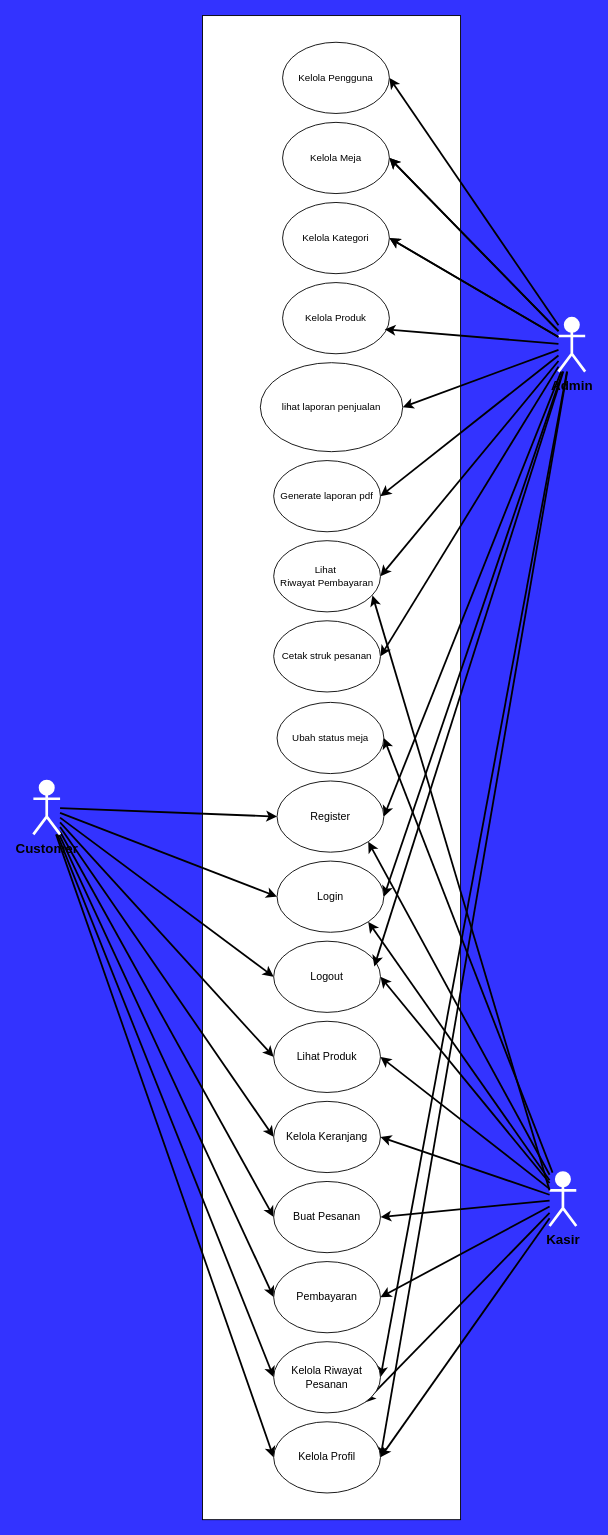
This is assets/uml/use-case.drawio from RIOKOWI/warmindo_purnama_flutter, a draw.io file, before an edit. Source tidied: cells renumbered, new cells numbered last; positions are measured from the earlier drawing's top-left corner, leaving out a move shared by most shapes. Both pictures are drawn from the tidied source at 89%, with x=0, y=0 at pixel (33, 15).
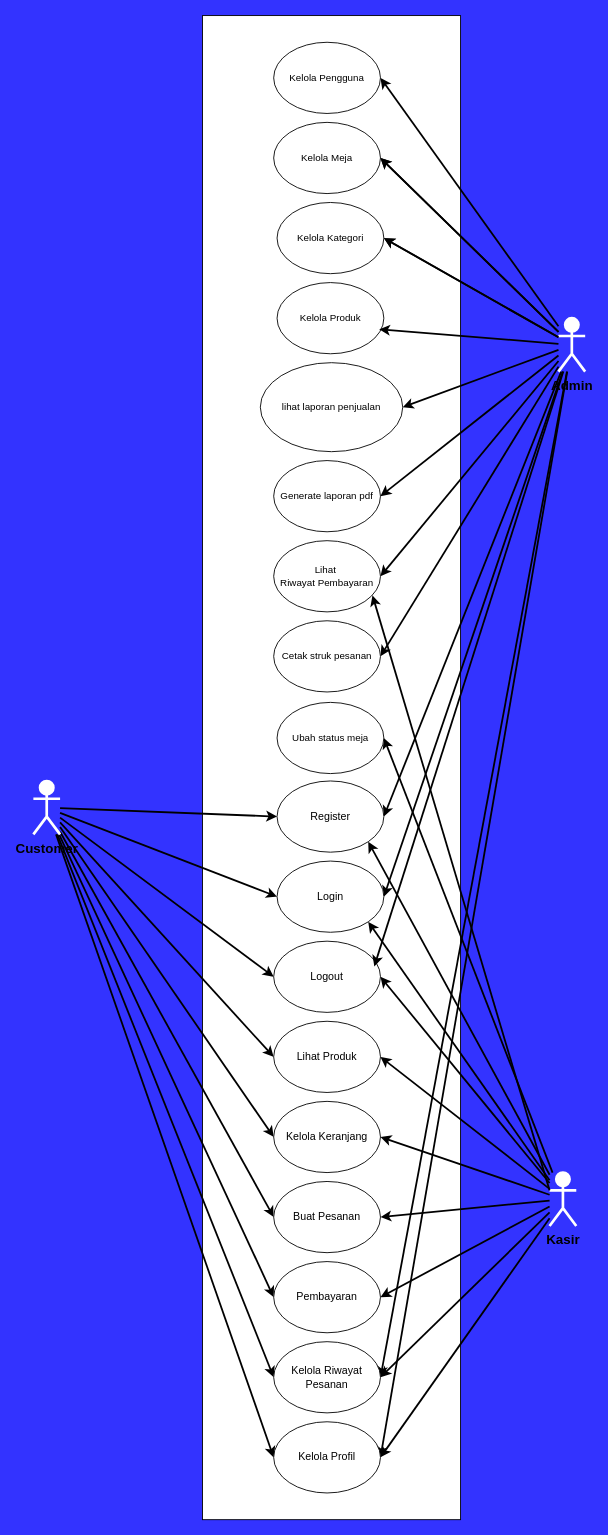
The same page after the edit.

Commit message (it also covers changes not shown here):
docs(uml): create activity diagram history order

Unchanged cells that the change refers to:
```xml
<mxCell id="35" value="&lt;font style=&quot;font-size: 15px;&quot;&gt;&lt;b&gt;Kasir&lt;/b&gt;&lt;/font&gt;" style="shape=umlActor;verticalLabelPosition=bottom;verticalAlign=top;html=1;outlineConnect=0;strokeWidth=3;strokeColor=light-dark(#FFFFFF,#FFFFFF);" parent="1" vertex="1">
  <mxGeometry x="580" y="1300" width="30" height="60" as="geometry" />
</mxCell>
<mxCell id="55" value="Kelola Riwayat Pesanan" style="ellipse;whiteSpace=wrap;html=1;" parent="1" vertex="1">
  <mxGeometry x="270" y="1490" width="120" height="80" as="geometry" />
</mxCell>
```

Change to the diagram source:
```diff
@@
-    <mxCell id="31" style="shape=connector;rounded=1;html=1;entryX=1;entryY=1;entryDx=0;entryDy=0;strokeColor=default;strokeWidth=2;align=center;verticalAlign=middle;fontFamily=Helvetica;fontSize=11;fontColor=default;labelBackgroundColor=default;endArrow=classic;" parent="1" edge="1" source="35" target="55">
+    <mxCell id="31" style="shape=connector;rounded=1;html=1;entryX=1;entryY=0.5;entryDx=0;entryDy=0;strokeColor=default;strokeWidth=2;align=center;verticalAlign=middle;fontFamily=Helvetica;fontSize=11;fontColor=default;labelBackgroundColor=default;endArrow=classic;" parent="1" edge="1" source="35" target="55">
       <mxGeometry relative="1" as="geometry" />
     </mxCell>
@@
     <mxCell id="36" value="Kelola Produk" style="ellipse;whiteSpace=wrap;html=1;fontFamily=Helvetica;fontSize=11;fontColor=default;labelBackgroundColor=default;" parent="1" vertex="1">
-      <mxGeometry x="280" y="300" width="120" height="80" as="geometry" />
+      <mxGeometry x="273.8" y="300" width="120" height="80" as="geometry" />
     </mxCell>
@@
     <mxCell id="44" value="Kelola Kategori" style="ellipse;whiteSpace=wrap;html=1;fontFamily=Helvetica;fontSize=11;fontColor=default;labelBackgroundColor=default;" parent="1" vertex="1">
-      <mxGeometry x="280" y="210" width="120" height="80" as="geometry" />
+      <mxGeometry x="273.8" y="210" width="120" height="80" as="geometry" />
     </mxCell>
@@
     <mxCell id="46" value="Kelola Meja" style="ellipse;whiteSpace=wrap;html=1;fontFamily=Helvetica;fontSize=11;fontColor=default;labelBackgroundColor=default;" parent="1" vertex="1">
-      <mxGeometry x="280" y="120" width="120" height="80" as="geometry" />
+      <mxGeometry x="270" y="120" width="120" height="80" as="geometry" />
     </mxCell>
     <mxCell id="47" value="Kelola Pengguna" style="ellipse;whiteSpace=wrap;html=1;fontFamily=Helvetica;fontSize=11;fontColor=default;labelBackgroundColor=default;" parent="1" vertex="1">
-      <mxGeometry x="280" y="30" width="120" height="80" as="geometry" />
+      <mxGeometry x="270" y="30" width="120" height="80" as="geometry" />
     </mxCell>
```
